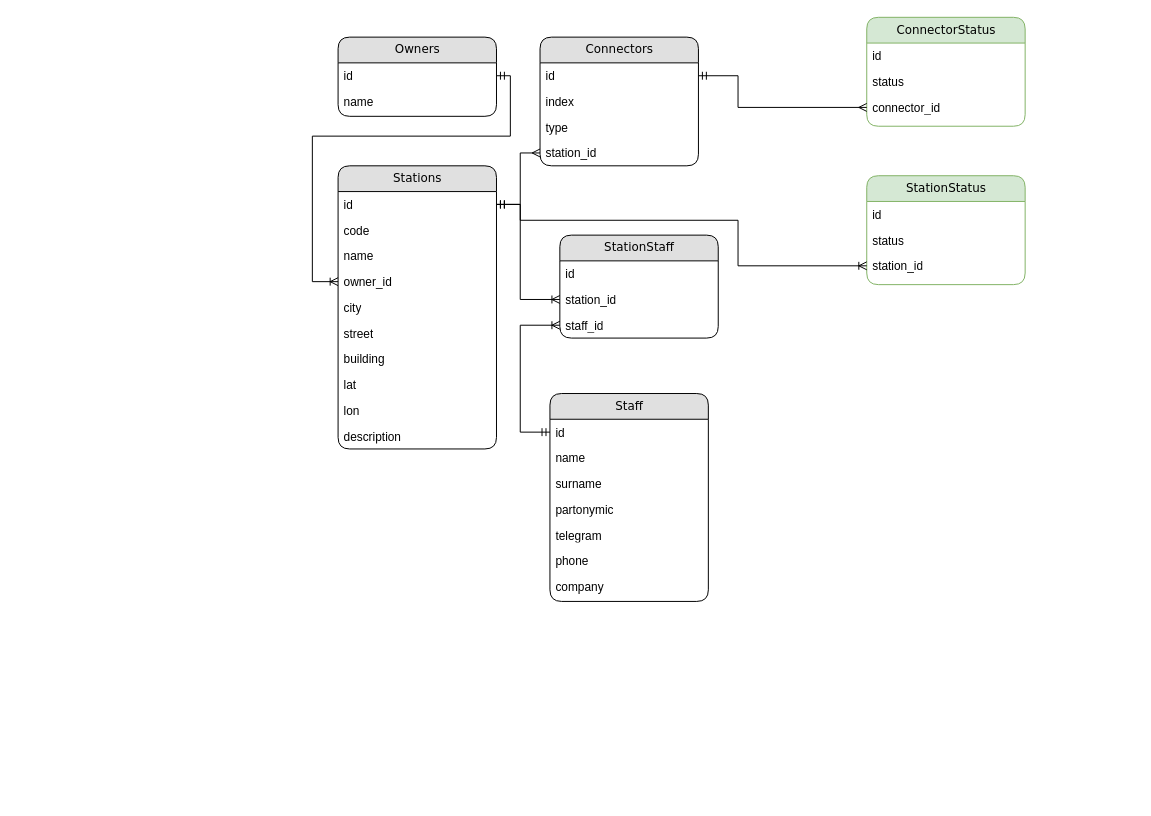
The draw.io diagram Диаграмма без названия.drawio in ilnurkaa2019/st_auth_test, before the edit. Source tidied: cells renumbered, new cells numbered last; positions are measured from the earlier drawing's top-left corner, leaving out a move shared by most shapes. Both pictures are drawn from the tidied source at 99%, with x=0, y=0 at pixel (312, 17).
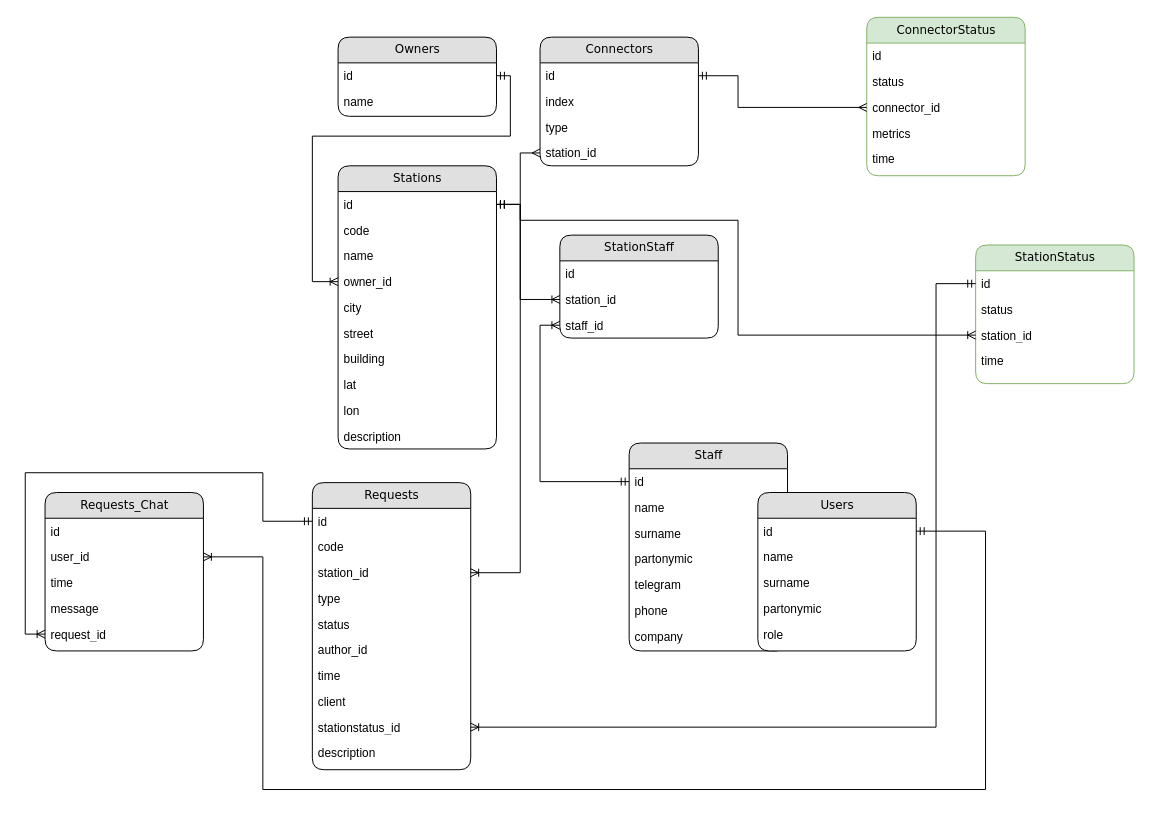
Above is the later version.

Unchanged cells that the change refers to:
```xml
<mxCell id="8" value="id" style="text;html=1;strokeColor=none;fillColor=none;spacingLeft=4;spacingRight=4;whiteSpace=wrap;overflow=hidden;points=[[0,0.5],[1,0.5]];portConstraint=eastwest;" parent="7" vertex="1">
  <mxGeometry y="26" width="160" height="26" as="geometry" />
</mxCell>
<mxCell id="24" value="id" style="text;html=1;strokeColor=none;fillColor=none;spacingLeft=4;spacingRight=4;whiteSpace=wrap;overflow=hidden;points=[[0,0.5],[1,0.5]];portConstraint=eastwest;" parent="23" vertex="1">
  <mxGeometry y="26" width="160" height="26" as="geometry" />
</mxCell>
<mxCell id="37" value="id" style="text;html=1;strokeColor=none;fillColor=none;spacingLeft=4;spacingRight=4;whiteSpace=wrap;overflow=hidden;points=[[0,0.5],[1,0.5]];portConstraint=eastwest;" parent="36" vertex="1">
  <mxGeometry y="26" width="160" height="26" as="geometry" />
</mxCell>
<mxCell id="39" value="station_id" style="text;html=1;strokeColor=none;fillColor=none;spacingLeft=4;spacingRight=4;whiteSpace=wrap;overflow=hidden;points=[[0,0.5],[1,0.5]];portConstraint=eastwest;" parent="36" vertex="1">
  <mxGeometry y="78" width="160" height="26" as="geometry" />
</mxCell>
<mxCell id="44" value="staff_id" style="text;html=1;strokeColor=none;fillColor=none;spacingLeft=4;spacingRight=4;whiteSpace=wrap;overflow=hidden;points=[[0,0.5],[1,0.5]];portConstraint=eastwest;" parent="41" vertex="1">
  <mxGeometry y="78" width="160" height="26" as="geometry" />
</mxCell>
```

What changed in the source:
```diff
@@
     <mxCell id="23" value="Staff" style="swimlane;html=1;fontStyle=0;horizontal=1;startSize=26;fillColor=#e0e0e0;swimlaneFillColor=#ffffff;align=center;rounded=1;shadow=0;comic=0;labelBackgroundColor=none;strokeWidth=1;fontFamily=Verdana;fontSize=12;" parent="1" vertex="1">
-      <mxGeometry x="240" y="380" width="160" height="210" as="geometry" />
+      <mxGeometry x="320" y="430" width="160" height="210" as="geometry" />
     </mxCell>
@@
     <mxCell id="31" value="ConnectorStatus" style="swimlane;html=1;fontStyle=0;horizontal=1;startSize=26;fillColor=#d5e8d4;swimlaneFillColor=#ffffff;align=center;rounded=1;shadow=0;comic=0;labelBackgroundColor=none;strokeWidth=1;fontFamily=Verdana;fontSize=12;strokeColor=#82b366;" parent="1" vertex="1">
-      <mxGeometry x="560" width="160" height="110" as="geometry" />
+      <mxGeometry x="560" width="160" height="160" as="geometry" />
     </mxCell>
@@
+    <mxCell id="47" value="metrics" style="text;html=1;strokeColor=none;fillColor=none;spacingLeft=4;spacingRight=4;whiteSpace=wrap;overflow=hidden;" parent="31" vertex="1">
+      <mxGeometry y="104" width="160" height="26" as="geometry" />
+    </mxCell>
+    <mxCell id="48" value="time" style="text;html=1;strokeColor=none;fillColor=none;spacingLeft=4;spacingRight=4;whiteSpace=wrap;overflow=hidden;" parent="31" vertex="1">
+      <mxGeometry y="130" width="160" height="26" as="geometry" />
+    </mxCell>
@@
     <mxCell id="36" value="StationStatus" style="swimlane;html=1;fontStyle=0;horizontal=1;startSize=26;fillColor=#d5e8d4;swimlaneFillColor=#ffffff;align=center;rounded=1;shadow=0;comic=0;labelBackgroundColor=none;strokeWidth=1;fontFamily=Verdana;fontSize=12;strokeColor=#82b366;" parent="1" vertex="1">
-      <mxGeometry x="560" y="160" width="160" height="110" as="geometry" />
+      <mxGeometry x="670" y="230" width="160" height="140" as="geometry" />
     </mxCell>
@@
+    <mxCell id="49" value="time" style="text;html=1;strokeColor=none;fillColor=none;spacingLeft=4;spacingRight=4;whiteSpace=wrap;overflow=hidden;" parent="36" vertex="1">
+      <mxGeometry y="104" width="160" height="26" as="geometry" />
+    </mxCell>
     <mxCell id="40" style="edgeStyle=orthogonalEdgeStyle;rounded=0;jettySize=auto;html=1;exitX=0;exitY=0.5;exitDx=0;exitDy=0;startArrow=ERoneToMany;startFill=0;endArrow=ERmandOne;endFill=0;entryX=1;entryY=0.5;entryDx=0;entryDy=0;" parent="1" edge="1" source="39" target="8">
       <mxGeometry relative="1" as="geometry">
         <Array as="points">
-          <mxPoint x="430" y="251" />
+          <mxPoint x="430" y="321" />
           <mxPoint x="430" y="205" />
           <mxPoint x="210" y="205" />
           <mxPoint x="210" y="189" />
         </Array>
       </mxGeometry>
     </mxCell>
@@
     <mxCell id="46" style="edgeStyle=orthogonalEdgeStyle;rounded=0;jettySize=auto;html=1;entryX=0;entryY=0.5;entryDx=0;entryDy=0;endArrow=ERoneToMany;endFill=0;startArrow=ERmandOne;startFill=0;" parent="1" edge="1" source="24" target="44">
       <mxGeometry relative="1" as="geometry">
         <Array as="points">
-          <mxPoint x="210" y="419" />
-          <mxPoint x="210" y="311" />
+          <mxPoint x="230" y="469" />
+          <mxPoint x="230" y="311" />
         </Array>
       </mxGeometry>
     </mxCell>
+    <mxCell id="50" value="Requests" style="swimlane;html=1;fontStyle=0;horizontal=1;startSize=26;fillColor=#e0e0e0;swimlaneFillColor=#ffffff;align=center;rounded=1;shadow=0;comic=0;labelBackgroundColor=none;strokeWidth=1;fontFamily=Verdana;fontSize=12;" parent="1" vertex="1">
+      <mxGeometry y="470" width="160" height="290" as="geometry" />
+    </mxCell>
+    <mxCell id="51" value="id" style="text;html=1;strokeColor=none;fillColor=none;spacingLeft=4;spacingRight=4;whiteSpace=wrap;overflow=hidden;points=[[0,0.5],[1,0.5]];portConstraint=eastwest;" parent="50" vertex="1">
+      <mxGeometry y="26" width="160" height="26" as="geometry" />
+    </mxCell>
+    <mxCell id="52" value="code" style="text;html=1;strokeColor=none;fillColor=none;spacingLeft=4;spacingRight=4;whiteSpace=wrap;overflow=hidden;" parent="50" vertex="1">
+      <mxGeometry y="52" width="160" height="26" as="geometry" />
+    </mxCell>
+    <mxCell id="53" value="station_id" style="text;html=1;strokeColor=none;fillColor=none;spacingLeft=4;spacingRight=4;whiteSpace=wrap;overflow=hidden;points=[[0,0.5],[1,0.5]];portConstraint=eastwest;" parent="50" vertex="1">
+      <mxGeometry y="78" width="160" height="26" as="geometry" />
+    </mxCell>
+    <mxCell id="54" value="type" style="text;html=1;strokeColor=none;fillColor=none;spacingLeft=4;spacingRight=4;whiteSpace=wrap;overflow=hidden;" parent="50" vertex="1">
+      <mxGeometry y="104" width="160" height="26" as="geometry" />
+    </mxCell>
+    <mxCell id="55" value="status" style="text;html=1;strokeColor=none;fillColor=none;spacingLeft=4;spacingRight=4;whiteSpace=wrap;overflow=hidden;" parent="50" vertex="1">
+      <mxGeometry y="130" width="160" height="26" as="geometry" />
+    </mxCell>
+    <mxCell id="56" value="author_id" style="text;html=1;strokeColor=none;fillColor=none;spacingLeft=4;spacingRight=4;whiteSpace=wrap;overflow=hidden;" parent="50" vertex="1">
+      <mxGeometry y="156" width="160" height="26" as="geometry" />
+    </mxCell>
+    <mxCell id="57" value="time" style="text;html=1;strokeColor=none;fillColor=none;spacingLeft=4;spacingRight=4;whiteSpace=wrap;overflow=hidden;" parent="50" vertex="1">
+      <mxGeometry y="182" width="160" height="26" as="geometry" />
+    </mxCell>
+    <mxCell id="58" value="client" style="text;html=1;strokeColor=none;fillColor=none;spacingLeft=4;spacingRight=4;whiteSpace=wrap;overflow=hidden;" parent="50" vertex="1">
+      <mxGeometry y="208" width="160" height="26" as="geometry" />
+    </mxCell>
+    <mxCell id="59" value="stationstatus_id" style="text;html=1;strokeColor=none;fillColor=none;spacingLeft=4;spacingRight=4;whiteSpace=wrap;overflow=hidden;points=[[0,0.5],[1,0.5]];portConstraint=eastwest;" parent="50" vertex="1">
+      <mxGeometry y="234" width="160" height="26" as="geometry" />
+    </mxCell>
+    <mxCell id="60" value="description" style="text;html=1;strokeColor=none;fillColor=none;spacingLeft=4;spacingRight=4;whiteSpace=wrap;overflow=hidden;" parent="50" vertex="1">
+      <mxGeometry y="260" width="160" height="26" as="geometry" />
+    </mxCell>
+    <mxCell id="61" style="edgeStyle=orthogonalEdgeStyle;rounded=0;jettySize=auto;html=1;exitX=1;exitY=0.5;exitDx=0;exitDy=0;entryX=1;entryY=0.5;entryDx=0;entryDy=0;startArrow=ERmandOne;startFill=0;endArrow=ERoneToMany;endFill=0;" parent="1" edge="1" source="8" target="53">
+      <mxGeometry relative="1" as="geometry">
+        <Array as="points">
+          <mxPoint x="210" y="189" />
+          <mxPoint x="210" y="561" />
+        </Array>
+      </mxGeometry>
+    </mxCell>
+    <mxCell id="62" style="edgeStyle=orthogonalEdgeStyle;rounded=0;jettySize=auto;html=1;exitX=0;exitY=0.5;exitDx=0;exitDy=0;entryX=1;entryY=0.5;entryDx=0;entryDy=0;startArrow=ERmandOne;startFill=0;endArrow=ERoneToMany;endFill=0;" parent="1" edge="1" source="37" target="59">
+      <mxGeometry relative="1" as="geometry">
+        <Array as="points">
+          <mxPoint x="630" y="269" />
+          <mxPoint x="630" y="717" />
+        </Array>
+      </mxGeometry>
+    </mxCell>
+    <mxCell id="63" value="Requests_Chat" style="swimlane;html=1;fontStyle=0;horizontal=1;startSize=26;fillColor=#e0e0e0;swimlaneFillColor=#ffffff;align=center;rounded=1;shadow=0;comic=0;labelBackgroundColor=none;strokeWidth=1;fontFamily=Verdana;fontSize=12;" parent="1" vertex="1">
+      <mxGeometry x="-270" y="480" width="160" height="160" as="geometry" />
+    </mxCell>
+    <mxCell id="64" value="id" style="text;html=1;strokeColor=none;fillColor=none;spacingLeft=4;spacingRight=4;whiteSpace=wrap;overflow=hidden;" parent="63" vertex="1">
+      <mxGeometry y="26" width="160" height="26" as="geometry" />
+    </mxCell>
+    <mxCell id="65" value="user_id" style="text;html=1;strokeColor=none;fillColor=none;spacingLeft=4;spacingRight=4;whiteSpace=wrap;overflow=hidden;points=[[0,0.5],[1,0.5]];portConstraint=eastwest;" parent="63" vertex="1">
+      <mxGeometry y="52" width="160" height="26" as="geometry" />
+    </mxCell>
+    <mxCell id="66" value="time" style="text;html=1;strokeColor=none;fillColor=none;spacingLeft=4;spacingRight=4;whiteSpace=wrap;overflow=hidden;" parent="63" vertex="1">
+      <mxGeometry y="78" width="160" height="26" as="geometry" />
+    </mxCell>
+    <mxCell id="67" value="message" style="text;html=1;strokeColor=none;fillColor=none;spacingLeft=4;spacingRight=4;whiteSpace=wrap;overflow=hidden;" parent="63" vertex="1">
+      <mxGeometry y="104" width="160" height="26" as="geometry" />
+    </mxCell>
+    <mxCell id="68" value="request_id" style="text;html=1;strokeColor=none;fillColor=none;spacingLeft=4;spacingRight=4;whiteSpace=wrap;overflow=hidden;points=[[0,0.5],[1,0.5]];portConstraint=eastwest;" parent="63" vertex="1">
+      <mxGeometry y="130" width="160" height="26" as="geometry" />
+    </mxCell>
+    <mxCell id="69" value="Users" style="swimlane;html=1;fontStyle=0;horizontal=1;startSize=26;fillColor=#e0e0e0;swimlaneFillColor=#ffffff;align=center;rounded=1;shadow=0;comic=0;labelBackgroundColor=none;strokeWidth=1;fontFamily=Verdana;fontSize=12;" parent="1" vertex="1">
+      <mxGeometry x="450" y="480" width="160" height="160" as="geometry" />
+    </mxCell>
+    <mxCell id="70" value="id" style="text;html=1;strokeColor=none;fillColor=none;spacingLeft=4;spacingRight=4;whiteSpace=wrap;overflow=hidden;points=[[0,0.5],[1,0.5]];portConstraint=eastwest;" parent="69" vertex="1">
+      <mxGeometry y="26" width="160" height="26" as="geometry" />
+    </mxCell>
+    <mxCell id="71" value="name" style="text;html=1;strokeColor=none;fillColor=none;spacingLeft=4;spacingRight=4;whiteSpace=wrap;overflow=hidden;" parent="69" vertex="1">
+      <mxGeometry y="52" width="160" height="26" as="geometry" />
+    </mxCell>
+    <mxCell id="72" value="surname" style="text;html=1;strokeColor=none;fillColor=none;spacingLeft=4;spacingRight=4;whiteSpace=wrap;overflow=hidden;" parent="69" vertex="1">
+      <mxGeometry y="78" width="160" height="26" as="geometry" />
+    </mxCell>
+    <mxCell id="73" value="partonymic" style="text;html=1;strokeColor=none;fillColor=none;spacingLeft=4;spacingRight=4;whiteSpace=wrap;overflow=hidden;" parent="69" vertex="1">
+      <mxGeometry y="104" width="160" height="26" as="geometry" />
+    </mxCell>
+    <mxCell id="74" value="role" style="text;html=1;strokeColor=none;fillColor=none;spacingLeft=4;spacingRight=4;whiteSpace=wrap;overflow=hidden;" parent="69" vertex="1">
+      <mxGeometry y="130" width="160" height="26" as="geometry" />
+    </mxCell>
+    <mxCell id="75" style="edgeStyle=orthogonalEdgeStyle;rounded=0;jettySize=auto;html=1;exitX=1;exitY=0.5;exitDx=0;exitDy=0;entryX=1;entryY=0.5;entryDx=0;entryDy=0;startArrow=ERmandOne;startFill=0;endArrow=ERoneToMany;endFill=0;" parent="1" edge="1" source="70" target="65">
+      <mxGeometry relative="1" as="geometry">
+        <Array as="points">
+          <mxPoint x="680" y="519" />
+          <mxPoint x="680" y="780" />
+          <mxPoint x="-50" y="780" />
+          <mxPoint x="-50" y="545" />
+        </Array>
+      </mxGeometry>
+    </mxCell>
+    <mxCell id="76" style="edgeStyle=orthogonalEdgeStyle;rounded=0;jettySize=auto;html=1;exitX=0;exitY=0.5;exitDx=0;exitDy=0;entryX=0;entryY=0.5;entryDx=0;entryDy=0;startArrow=ERmandOne;startFill=0;endArrow=ERoneToMany;endFill=0;" parent="1" edge="1" source="51" target="68">
+      <mxGeometry relative="1" as="geometry">
+        <Array as="points">
+          <mxPoint x="-50" y="509" />
+          <mxPoint x="-50" y="460" />
+          <mxPoint x="-290" y="460" />
+          <mxPoint x="-290" y="623" />
+        </Array>
+      </mxGeometry>
+    </mxCell>
```
